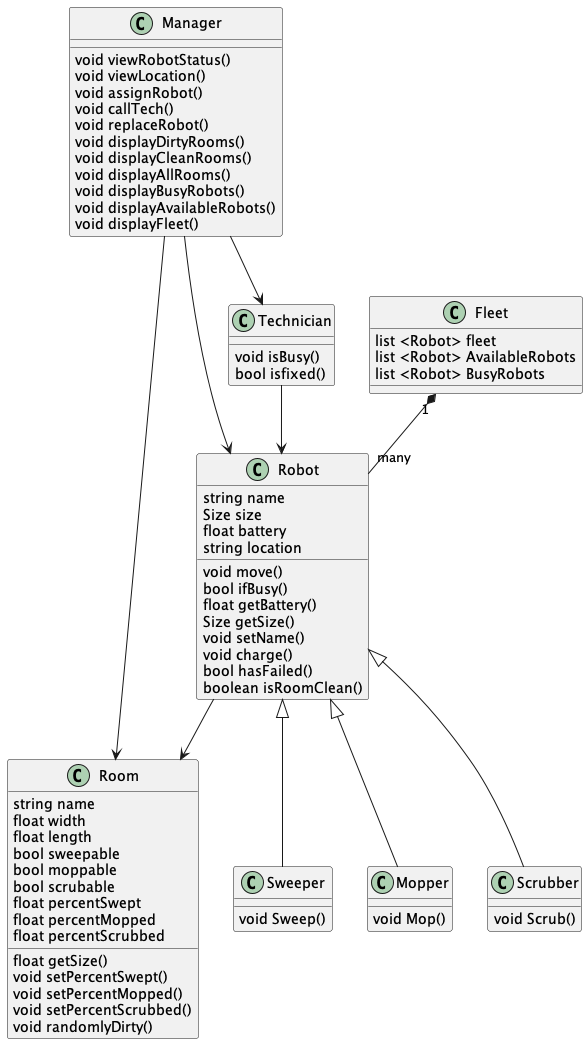
The PlantUML diagram docs/design/classdiagram/ClassDiagram.png in ur-cs-courses/course-project-catch-up, before a commit.
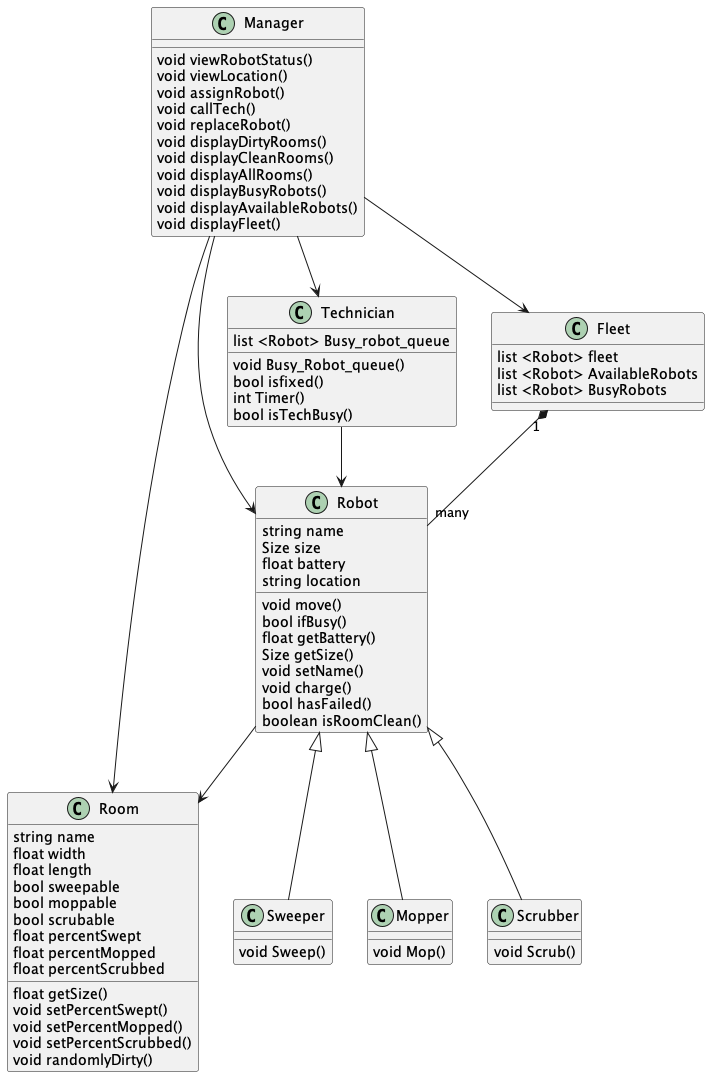
The same file after the commit.

Commit message:
created pngs for sd 1 & 2 and updated the class diagram

Diff of the diagram source:
```diff
@@ -3,6 +3,8 @@
 Manager --> Room
 Manager --> Robot
 Manager --> Technician
+Manager --> Fleet
+
 
 Robot <|-- Sweeper
 Robot <|-- Mopper
@@ -67,8 +69,11 @@
 }
 
 class Technician{
-    void isBusy()
+    void Busy_Robot_queue()
     bool isfixed()
+    int Timer()
+    bool isTechBusy()
+    list <Robot> Busy_robot_queue
 
 }
 
```
